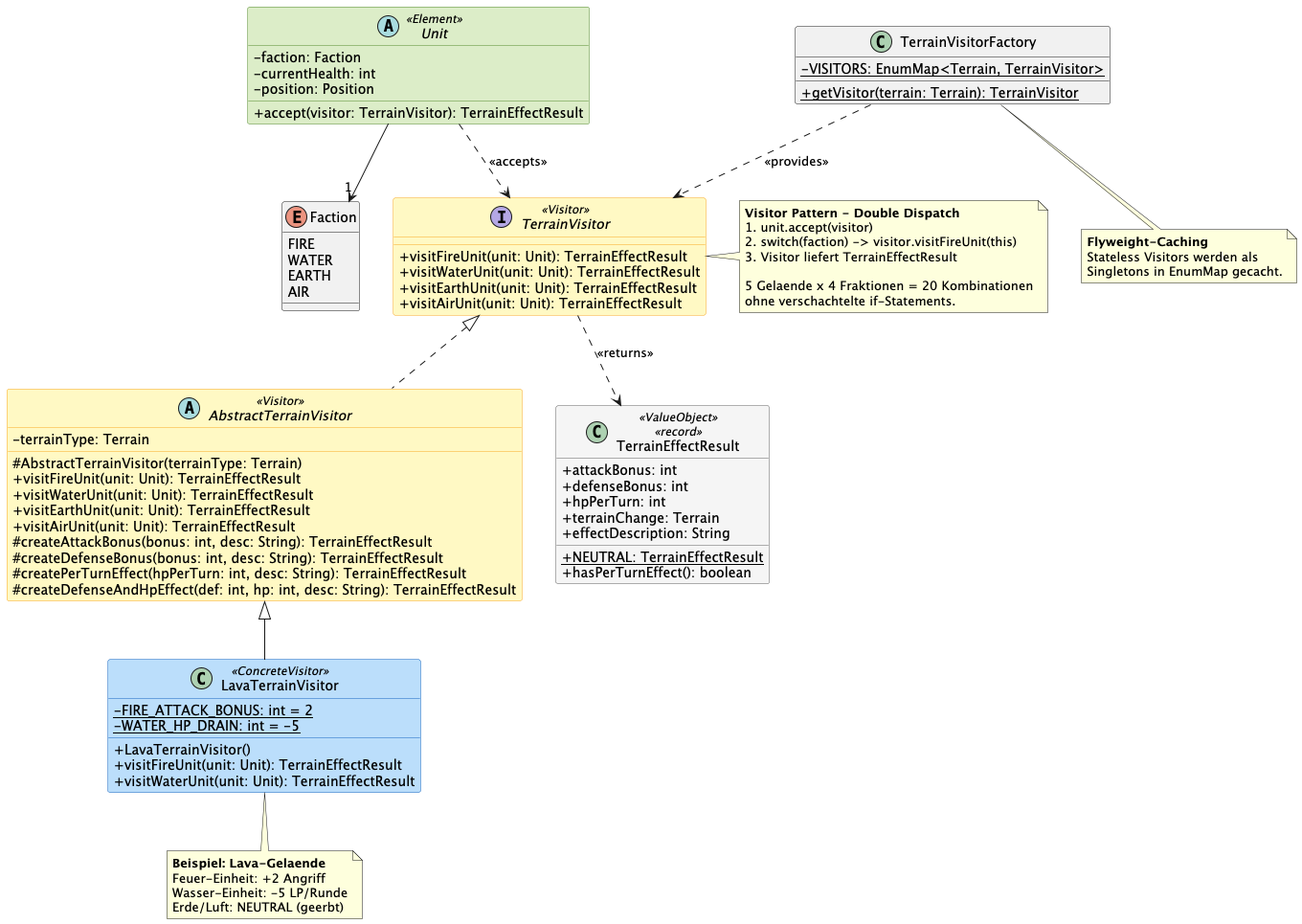
Above: docs/LaTeX/images/Visitor_Pattern___ElementarClash.png in mmukex/elementarClash (PlantUML), before the change. Its diagram source:
```plantuml
@startuml Visitor Pattern - ElementarClash

skinparam classAttributeIconSize 0
skinparam shadowing false
skinparam class {
    BackgroundColor<<Visitor>> #FFF9C4
    BorderColor<<Visitor>> #F9A825
    BackgroundColor<<ConcreteVisitor>> #BBDEFB
    BorderColor<<ConcreteVisitor>> #1565C0
    BackgroundColor<<Element>> #DCEDC8
    BorderColor<<Element>> #558B2F
    BackgroundColor<<ValueObject>> #F5F5F5
    BorderColor<<ValueObject>> #616161
}

interface TerrainVisitor <<Visitor>> {
    + visitFireUnit(unit: Unit): TerrainEffectResult
    + visitWaterUnit(unit: Unit): TerrainEffectResult
    + visitEarthUnit(unit: Unit): TerrainEffectResult
    + visitAirUnit(unit: Unit): TerrainEffectResult
}

abstract class AbstractTerrainVisitor <<Visitor>> {
    - terrainType: Terrain
    __
    # AbstractTerrainVisitor(terrainType: Terrain)
    + visitFireUnit(unit: Unit): TerrainEffectResult
    + visitWaterUnit(unit: Unit): TerrainEffectResult
    + visitEarthUnit(unit: Unit): TerrainEffectResult
    + visitAirUnit(unit: Unit): TerrainEffectResult
    # createAttackBonus(bonus: int, desc: String): TerrainEffectResult
    # createDefenseBonus(bonus: int, desc: String): TerrainEffectResult
    # createPerTurnEffect(hpPerTurn: int, desc: String): TerrainEffectResult
    # createDefenseAndHpEffect(def: int, hp: int, desc: String): TerrainEffectResult
}

class LavaTerrainVisitor <<ConcreteVisitor>> {
    - {static} FIRE_ATTACK_BONUS: int = 2
    - {static} WATER_HP_DRAIN: int = -5
    __
    + LavaTerrainVisitor()
    + visitFireUnit(unit: Unit): TerrainEffectResult
    + visitWaterUnit(unit: Unit): TerrainEffectResult
}

abstract class Unit <<Element>> {
    - faction: Faction
    - currentHealth: int
    - position: Position
    __
    + accept(visitor: TerrainVisitor): TerrainEffectResult
}

enum Faction {
    FIRE
    WATER
    EARTH
    AIR
}

class TerrainEffectResult <<ValueObject>> <<record>> {
    + attackBonus: int
    + defenseBonus: int
    + hpPerTurn: int
    + terrainChange: Terrain
    + effectDescription: String
    __
    + {static} NEUTRAL: TerrainEffectResult
    + hasPerTurnEffect(): boolean
}

class TerrainVisitorFactory {
    - {static} VISITORS: EnumMap<Terrain, TerrainVisitor>
    __
    + {static} getVisitor(terrain: Terrain): TerrainVisitor
}

TerrainVisitor <|.. AbstractTerrainVisitor
AbstractTerrainVisitor <|-- LavaTerrainVisitor

TerrainVisitor ..> TerrainEffectResult : <<returns>>
TerrainVisitorFactory ..> TerrainVisitor : <<provides>>

Unit ..> TerrainVisitor : <<accepts>>
Unit --> "1" Faction

note right of TerrainVisitor
  **Visitor Pattern - Double Dispatch**
  1. unit.accept(visitor)
  2. switch(faction) -> visitor.visitFireUnit(this)
  3. Visitor liefert TerrainEffectResult

  5 Gelaende x 4 Fraktionen = 20 Kombinationen
  ohne verschachtelte if-Statements.
end note

note bottom of LavaTerrainVisitor
  **Beispiel: Lava-Gelaende**
  Feuer-Einheit: +2 Angriff
  Wasser-Einheit: -5 LP/Runde
  Erde/Luft: NEUTRAL (geerbt)
end note

note bottom of TerrainVisitorFactory
  **Flyweight-Caching**
  Stateless Visitors werden als
  Singletons in EnumMap gecacht.
end note

@enduml
```
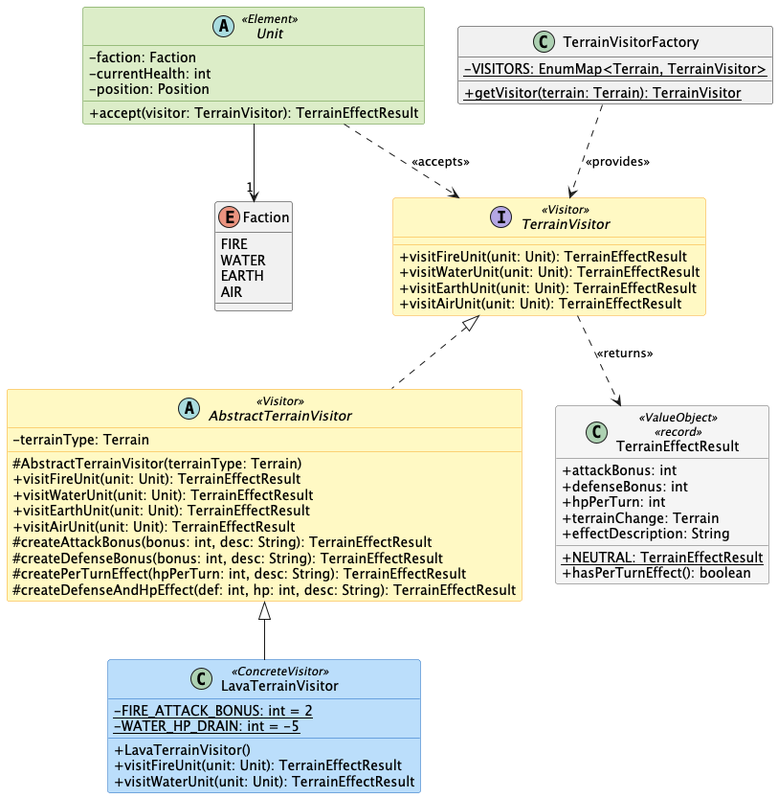
Above is the later version.

Change to the diagram source:
```diff
@@ -84,27 +84,4 @@
 Unit ..> TerrainVisitor : <<accepts>>
 Unit --> "1" Faction
 
-note right of TerrainVisitor
-  **Visitor Pattern - Double Dispatch**
-  1. unit.accept(visitor)
-  2. switch(faction) -> visitor.visitFireUnit(this)
-  3. Visitor liefert TerrainEffectResult
-
-  5 Gelaende x 4 Fraktionen = 20 Kombinationen
-  ohne verschachtelte if-Statements.
-end note
-
-note bottom of LavaTerrainVisitor
-  **Beispiel: Lava-Gelaende**
-  Feuer-Einheit: +2 Angriff
-  Wasser-Einheit: -5 LP/Runde
-  Erde/Luft: NEUTRAL (geerbt)
-end note
-
-note bottom of TerrainVisitorFactory
-  **Flyweight-Caching**
-  Stateless Visitors werden als
-  Singletons in EnumMap gecacht.
-end note
-
 @enduml
```
